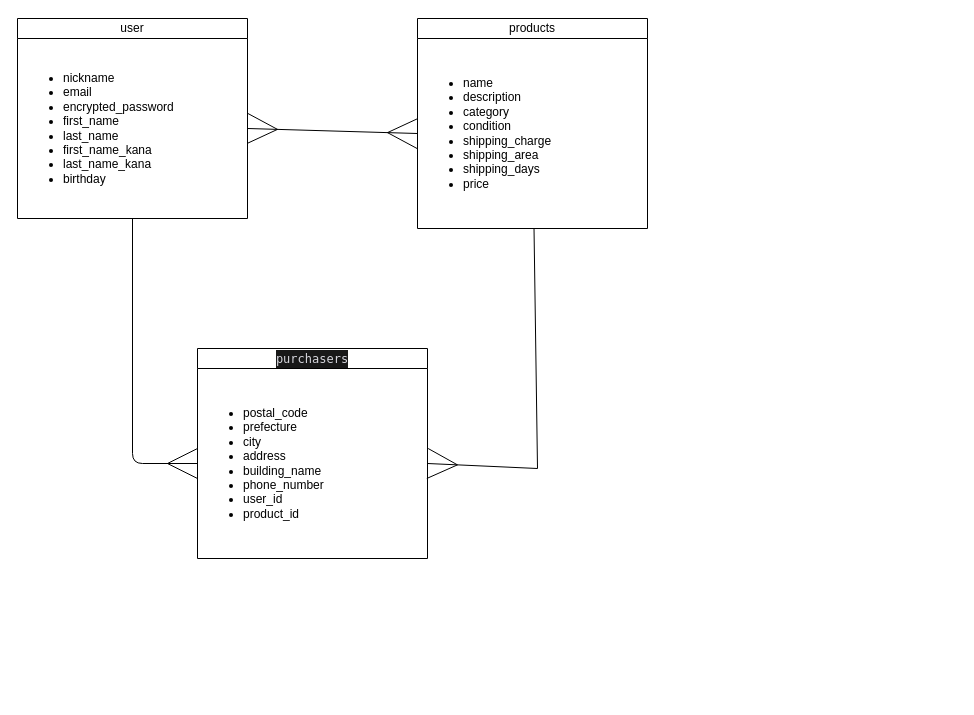
This is furima.dio from ganaha-mikoto/furima-40447, a draw.io file, before an edit. Source tidied: cells renumbered, new cells numbered last; positions are measured from the earlier drawing's top-left corner, leaving out a move shared by most shapes. Both pictures are drawn from the tidied source at 100%, with x=0, y=0 at pixel (17, 18).
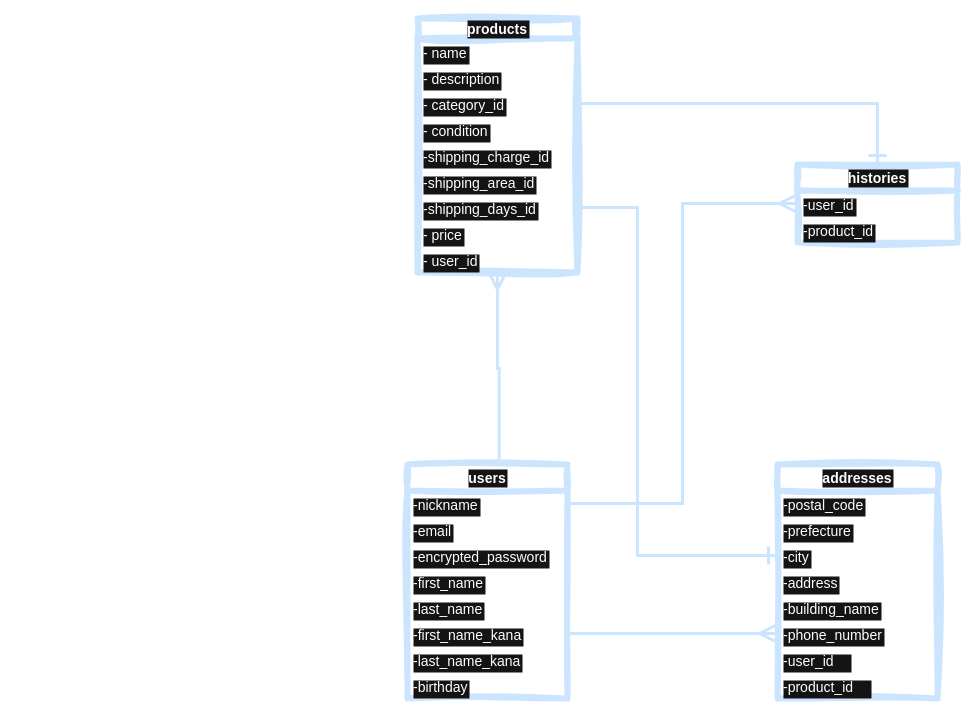
Above is the later version.

What changed in the source:
```diff
@@
-    <mxCell id="2" style="edgeStyle=none;jumpSize=28;html=1;entryX=0;entryY=0.5;entryDx=0;entryDy=0;strokeWidth=1;endArrow=ERmany;endFill=0;endSize=28;" parent="1" edge="1" source="3" target="9">
-      <mxGeometry relative="1" as="geometry">
-        <Array as="points">
-          <mxPoint x="115" y="445" />
-        </Array>
-      </mxGeometry>
-    </mxCell>
-    <mxCell id="3" value="user" style="swimlane;fontStyle=0;horizontal=1;startSize=20;whiteSpace=wrap;html=1;" parent="1" vertex="1">
-      <mxGeometry width="230" height="200" as="geometry" />
-    </mxCell>
-    <mxCell id="4" value="&lt;div&gt;&lt;ul&gt;&lt;li&gt;nickname&lt;/li&gt;&lt;li&gt;email&lt;/li&gt;&lt;li&gt;encrypted_password&lt;/li&gt;&lt;li&gt;first_name&lt;/li&gt;&lt;li&gt;last_name&lt;/li&gt;&lt;li&gt;first_name_kana&lt;/li&gt;&lt;li&gt;last_name_kana&lt;/li&gt;&lt;li&gt;birthday&lt;/li&gt;&lt;/ul&gt;&lt;/div&gt;" style="text;strokeColor=none;fillColor=none;align=left;verticalAlign=middle;spacingLeft=4;spacingRight=4;overflow=hidden;points=[[0,0.5],[1,0.5]];portConstraint=eastwest;whiteSpace=wrap;html=1;" parent="3" vertex="1">
-      <mxGeometry y="20" width="230" height="180" as="geometry" />
-    </mxCell>
-    <mxCell id="5" style="edgeStyle=none;hachureGap=4;html=1;fontFamily=Architects Daughter;fontSize=16;startArrow=none;startFill=0;startSize=28;targetPerimeterSpacing=0;endArrow=ERmany;endFill=0;rounded=0;endSize=28;" parent="1" edge="1" source="6">
-      <mxGeometry relative="1" as="geometry">
-        <mxPoint x="410" y="445" as="targetPoint" />
-        <Array as="points">
-          <mxPoint x="520" y="450" />
-        </Array>
-      </mxGeometry>
-    </mxCell>
+    <mxCell id="11" parent="0" />
+    <mxCell id="12" value="users" style="swimlane;fontStyle=1;horizontal=1;startSize=26;shadow=0;labelBackgroundColor=#141414;labelBorderColor=none;sketch=1;hachureGap=4;jiggle=2;curveFitting=1;strokeColor=#CCE5FF;strokeWidth=6;fontFamily=Helvetica;fontSize=14;fontColor=#FFFFFF;fillColor=#FFFFFF;html=0;" parent="11" vertex="1">
+      <mxGeometry x="390" y="446" width="160" height="234" as="geometry" />
+    </mxCell>
+    <mxCell id="13" value="-nickname" style="text;strokeColor=none;fillColor=none;align=left;verticalAlign=top;spacingLeft=4;spacingRight=4;overflow=hidden;points=[[0,0.5],[1,0.5]];portConstraint=eastwest;shadow=0;labelBackgroundColor=#141414;labelBorderColor=none;sketch=1;hachureGap=4;jiggle=2;curveFitting=1;strokeWidth=6;fontFamily=Helvetica;fontSize=14;fontColor=#FFFFFF;html=0;" parent="12" vertex="1">
+      <mxGeometry y="26" width="160" height="26" as="geometry" />
+    </mxCell>
+    <mxCell id="14" value="-email" style="text;strokeColor=none;fillColor=none;align=left;verticalAlign=top;spacingLeft=4;spacingRight=4;overflow=hidden;shadow=0;labelBackgroundColor=#141414;labelBorderColor=none;sketch=1;hachureGap=4;jiggle=2;curveFitting=1;strokeWidth=6;fontFamily=Helvetica;fontSize=14;fontColor=#FFFFFF;html=0;" parent="12" vertex="1">
+      <mxGeometry y="52" width="160" height="26" as="geometry" />
+    </mxCell>
+    <mxCell id="15" value="-encrypted_password" style="text;strokeColor=none;fillColor=none;align=left;verticalAlign=top;spacingLeft=4;spacingRight=4;overflow=hidden;shadow=0;labelBackgroundColor=#141414;labelBorderColor=none;sketch=1;hachureGap=4;jiggle=2;curveFitting=1;strokeWidth=6;fontFamily=Helvetica;fontSize=14;fontColor=#FFFFFF;html=0;" parent="12" vertex="1">
+      <mxGeometry y="78" width="160" height="26" as="geometry" />
+    </mxCell>
+    <mxCell id="16" value="-first_name" style="text;strokeColor=none;fillColor=none;align=left;verticalAlign=top;spacingLeft=4;spacingRight=4;overflow=hidden;shadow=0;labelBackgroundColor=#141414;labelBorderColor=none;sketch=1;hachureGap=4;jiggle=2;curveFitting=1;strokeWidth=6;fontFamily=Helvetica;fontSize=14;fontColor=#FFFFFF;html=0;" parent="12" vertex="1">
+      <mxGeometry y="104" width="160" height="26" as="geometry" />
+    </mxCell>
+    <mxCell id="17" value="-last_name" style="text;strokeColor=none;fillColor=none;align=left;verticalAlign=top;spacingLeft=4;spacingRight=4;overflow=hidden;shadow=0;labelBackgroundColor=#141414;labelBorderColor=none;sketch=1;hachureGap=4;jiggle=2;curveFitting=1;strokeWidth=6;fontFamily=Helvetica;fontSize=14;fontColor=#FFFFFF;html=0;" parent="12" vertex="1">
+      <mxGeometry y="130" width="160" height="26" as="geometry" />
+    </mxCell>
+    <mxCell id="18" value="-first_name_kana" style="text;strokeColor=none;fillColor=none;align=left;verticalAlign=top;spacingLeft=4;spacingRight=4;overflow=hidden;points=[[0,0.5],[1,0.5]];portConstraint=eastwest;shadow=0;labelBackgroundColor=#141414;labelBorderColor=none;sketch=1;hachureGap=4;jiggle=2;curveFitting=1;strokeWidth=6;fontFamily=Helvetica;fontSize=14;fontColor=#FFFFFF;html=0;" parent="12" vertex="1">
+      <mxGeometry y="156" width="160" height="26" as="geometry" />
+    </mxCell>
+    <mxCell id="19" value="-last_name_kana" style="text;strokeColor=none;fillColor=none;align=left;verticalAlign=top;spacingLeft=4;spacingRight=4;overflow=hidden;shadow=0;labelBackgroundColor=#141414;labelBorderColor=none;sketch=1;hachureGap=4;jiggle=2;curveFitting=1;strokeWidth=6;fontFamily=Helvetica;fontSize=14;fontColor=#FFFFFF;html=0;" parent="12" vertex="1">
+      <mxGeometry y="182" width="160" height="26" as="geometry" />
+    </mxCell>
+    <mxCell id="20" value="-birthday" style="text;strokeColor=none;fillColor=none;align=left;verticalAlign=top;spacingLeft=4;spacingRight=4;overflow=hidden;shadow=0;labelBackgroundColor=#141414;labelBorderColor=none;sketch=1;hachureGap=4;jiggle=2;curveFitting=1;strokeWidth=6;fontFamily=Helvetica;fontSize=14;fontColor=#FFFFFF;html=0;" parent="12" vertex="1">
+      <mxGeometry y="208" width="160" height="26" as="geometry" />
+    </mxCell>
+    <mxCell id="21" value="addresses" style="swimlane;fontStyle=1;horizontal=1;startSize=26;shadow=0;labelBackgroundColor=#141414;labelBorderColor=none;sketch=1;hachureGap=4;jiggle=2;curveFitting=1;strokeColor=#CCE5FF;strokeWidth=6;fontFamily=Helvetica;fontSize=14;fontColor=#FFFFFF;fillColor=#FFFFFF;html=0;" parent="11" vertex="1">
+      <mxGeometry x="760" y="446" width="160" height="234" as="geometry" />
+    </mxCell>
+    <mxCell id="22" value="-postal_code" style="text;strokeColor=none;fillColor=none;align=left;verticalAlign=top;spacingLeft=4;spacingRight=4;overflow=hidden;shadow=0;labelBackgroundColor=#141414;labelBorderColor=none;sketch=1;hachureGap=4;jiggle=2;curveFitting=1;strokeWidth=6;fontFamily=Helvetica;fontSize=14;fontColor=#FFFFFF;html=0;" parent="21" vertex="1">
+      <mxGeometry y="26" width="160" height="26" as="geometry" />
+    </mxCell>
+    <mxCell id="23" value="-prefecture" style="text;strokeColor=none;fillColor=none;align=left;verticalAlign=top;spacingLeft=4;spacingRight=4;overflow=hidden;shadow=0;labelBackgroundColor=#141414;labelBorderColor=none;sketch=1;hachureGap=4;jiggle=2;curveFitting=1;strokeWidth=6;fontFamily=Helvetica;fontSize=14;fontColor=#FFFFFF;html=0;" parent="21" vertex="1">
+      <mxGeometry y="52" width="160" height="26" as="geometry" />
+    </mxCell>
+    <mxCell id="24" value="-city" style="text;strokeColor=none;fillColor=none;align=left;verticalAlign=top;spacingLeft=4;spacingRight=4;overflow=hidden;points=[[0,0.5],[1,0.5]];portConstraint=eastwest;shadow=0;labelBackgroundColor=#141414;labelBorderColor=none;sketch=1;hachureGap=4;jiggle=2;curveFitting=1;strokeWidth=6;fontFamily=Helvetica;fontSize=14;fontColor=#FFFFFF;html=0;" parent="21" vertex="1">
+      <mxGeometry y="78" width="160" height="26" as="geometry" />
+    </mxCell>
+    <mxCell id="25" value="-address" style="text;strokeColor=none;fillColor=none;align=left;verticalAlign=top;spacingLeft=4;spacingRight=4;overflow=hidden;shadow=0;labelBackgroundColor=#141414;labelBorderColor=none;sketch=1;hachureGap=4;jiggle=2;curveFitting=1;strokeWidth=6;fontFamily=Helvetica;fontSize=14;fontColor=#FFFFFF;html=0;" parent="21" vertex="1">
+      <mxGeometry y="104" width="160" height="26" as="geometry" />
+    </mxCell>
+    <mxCell id="26" value="-building_name" style="text;strokeColor=none;fillColor=none;align=left;verticalAlign=top;spacingLeft=4;spacingRight=4;overflow=hidden;shadow=0;labelBackgroundColor=#141414;labelBorderColor=none;sketch=1;hachureGap=4;jiggle=2;curveFitting=1;strokeWidth=6;fontFamily=Helvetica;fontSize=14;fontColor=#FFFFFF;html=0;" parent="21" vertex="1">
+      <mxGeometry y="130" width="160" height="26" as="geometry" />
+    </mxCell>
+    <mxCell id="27" value="-phone_number" style="text;strokeColor=none;fillColor=none;align=left;verticalAlign=top;spacingLeft=4;spacingRight=4;overflow=hidden;points=[[0,0.5],[1,0.5]];portConstraint=eastwest;shadow=0;labelBackgroundColor=#141414;labelBorderColor=none;sketch=1;hachureGap=4;jiggle=2;curveFitting=1;strokeWidth=6;fontFamily=Helvetica;fontSize=14;fontColor=#FFFFFF;html=0;" parent="21" vertex="1">
+      <mxGeometry y="156" width="160" height="26" as="geometry" />
+    </mxCell>
+    <mxCell id="28" value="-user_id    " style="text;strokeColor=none;fillColor=none;align=left;verticalAlign=top;spacingLeft=4;spacingRight=4;overflow=hidden;shadow=0;labelBackgroundColor=#141414;labelBorderColor=none;sketch=1;hachureGap=4;jiggle=2;curveFitting=1;strokeWidth=6;fontFamily=Helvetica;fontSize=14;fontColor=#FFFFFF;html=0;" parent="21" vertex="1">
+      <mxGeometry y="182" width="160" height="26" as="geometry" />
+    </mxCell>
+    <mxCell id="29" value="-product_id    " style="text;strokeColor=none;fillColor=none;align=left;verticalAlign=top;spacingLeft=4;spacingRight=4;overflow=hidden;shadow=0;labelBackgroundColor=#141414;labelBorderColor=none;sketch=1;hachureGap=4;jiggle=2;curveFitting=1;strokeWidth=6;fontFamily=Helvetica;fontSize=14;fontColor=#FFFFFF;html=0;" parent="21" vertex="1">
+      <mxGeometry y="208" width="160" height="26" as="geometry" />
+    </mxCell>
+    <mxCell id="30" style="edgeStyle=orthogonalEdgeStyle;shape=connector;rounded=0;hachureGap=4;html=1;entryX=0.573;entryY=-0.023;entryDx=0;entryDy=0;entryPerimeter=0;shadow=0;labelBackgroundColor=none;labelBorderColor=none;strokeColor=#CCE5FF;strokeWidth=3;fontFamily=Helvetica;fontSize=14;fontColor=#FFFFFF;startArrow=ERmany;startFill=0;endArrow=none;endFill=0;startSize=13;endSize=14;fillColor=#bac8d3;" parent="11" edge="1" source="6" target="12">
+      <mxGeometry relative="1" as="geometry" />
+    </mxCell>
-    <mxCell id="6" value="products" style="swimlane;fontStyle=0;horizontal=1;startSize=20;whiteSpace=wrap;html=1;" parent="1" vertex="1">
-      <mxGeometry x="400" width="230" height="210" as="geometry" />
+    <mxCell id="6" value="products" style="swimlane;fontStyle=1;horizontal=1;startSize=20;shadow=0;labelBackgroundColor=#141414;labelBorderColor=none;sketch=1;hachureGap=4;jiggle=2;curveFitting=1;strokeColor=#CCE5FF;strokeWidth=6;fontFamily=Helvetica;fontSize=14;fontColor=#FFFFFF;fillColor=#FFFFFF;html=0;" parent="11" vertex="1">
+      <mxGeometry x="400" width="160" height="254" as="geometry" />
     </mxCell>
-    <mxCell id="7" value="&lt;ul&gt;&lt;li&gt;name&lt;/li&gt;&lt;li&gt;description&lt;/li&gt;&lt;li&gt;category&lt;/li&gt;&lt;li&gt;condition&lt;/li&gt;&lt;li&gt;shipping_charge&lt;/li&gt;&lt;li&gt;shipping_area&lt;/li&gt;&lt;li&gt;shipping_days&lt;/li&gt;&lt;li&gt;price&lt;/li&gt;&lt;/ul&gt;" style="text;strokeColor=none;fillColor=none;align=left;verticalAlign=middle;spacingLeft=4;spacingRight=4;overflow=hidden;points=[[0,0.5],[1,0.5]];portConstraint=eastwest;whiteSpace=wrap;html=1;" parent="6" vertex="1">
-      <mxGeometry y="20" width="230" height="190" as="geometry" />
-    </mxCell>
-    <mxCell id="8" value="&lt;div style=&quot;color: rgb(214, 214, 221); background-color: rgb(24, 24, 24); font-family: Menlo, Monaco, &amp;quot;Courier New&amp;quot;, monospace; line-height: 18px;&quot;&gt;purchasers&lt;/div&gt;" style="swimlane;fontStyle=0;horizontal=1;startSize=20;whiteSpace=wrap;html=1;" parent="1" vertex="1">
-      <mxGeometry x="180" y="330" width="230" height="210" as="geometry" />
-    </mxCell>
-    <mxCell id="9" value="&lt;ul&gt;&lt;li&gt;postal_code&lt;/li&gt;&lt;li&gt;prefecture&lt;/li&gt;&lt;li&gt;city&lt;/li&gt;&lt;li&gt;address&lt;/li&gt;&lt;li&gt;building_name&lt;/li&gt;&lt;li&gt;phone_number&lt;/li&gt;&lt;li&gt;user_id&lt;/li&gt;&lt;li&gt;product_id&lt;/li&gt;&lt;/ul&gt;" style="text;strokeColor=none;fillColor=none;align=left;verticalAlign=middle;spacingLeft=4;spacingRight=4;overflow=hidden;points=[[0,0.5],[1,0.5]];portConstraint=eastwest;whiteSpace=wrap;html=1;" parent="8" vertex="1">
-      <mxGeometry y="20" width="230" height="190" as="geometry" />
-    </mxCell>
-    <mxCell id="10" style="edgeStyle=none;html=1;exitX=1;exitY=0.5;exitDx=0;exitDy=0;endArrow=ERmany;endFill=0;strokeWidth=1;jumpSize=28;entryX=0;entryY=0.5;entryDx=0;entryDy=0;endSize=28;targetPerimeterSpacing=0;startSize=28;startArrow=ERmany;startFill=0;" parent="1" edge="1" source="4" target="7">
-      <mxGeometry relative="1" as="geometry" />
-    </mxCell>
+    <mxCell id="31" value="- name" style="text;strokeColor=none;fillColor=none;align=left;verticalAlign=top;spacingLeft=4;spacingRight=4;overflow=hidden;shadow=0;labelBackgroundColor=#141414;labelBorderColor=none;sketch=1;hachureGap=4;jiggle=2;curveFitting=1;strokeWidth=6;fontFamily=Helvetica;fontSize=14;fontColor=#FFFFFF;html=0;" parent="6" vertex="1">
+      <mxGeometry y="20" width="160" height="26" as="geometry" />
+    </mxCell>
+    <mxCell id="32" value="- description" style="text;strokeColor=none;fillColor=none;align=left;verticalAlign=top;spacingLeft=4;spacingRight=4;overflow=hidden;shadow=0;labelBackgroundColor=#141414;labelBorderColor=none;sketch=1;hachureGap=4;jiggle=2;curveFitting=1;strokeWidth=6;fontFamily=Helvetica;fontSize=14;fontColor=#FFFFFF;html=0;" parent="6" vertex="1">
+      <mxGeometry y="46" width="160" height="26" as="geometry" />
+    </mxCell>
+    <mxCell id="33" value="- category_id" style="text;strokeColor=none;fillColor=none;align=left;verticalAlign=top;spacingLeft=4;spacingRight=4;overflow=hidden;points=[[0,0.5],[1,0.5]];portConstraint=eastwest;shadow=0;labelBackgroundColor=#141414;labelBorderColor=none;sketch=1;hachureGap=4;jiggle=2;curveFitting=1;strokeWidth=6;fontFamily=Helvetica;fontSize=14;fontColor=#FFFFFF;html=0;" parent="6" vertex="1">
+      <mxGeometry y="72" width="160" height="26" as="geometry" />
+    </mxCell>
+    <mxCell id="34" value="- condition" style="text;strokeColor=none;fillColor=none;align=left;verticalAlign=top;spacingLeft=4;spacingRight=4;overflow=hidden;shadow=0;labelBackgroundColor=#141414;labelBorderColor=none;sketch=1;hachureGap=4;jiggle=2;curveFitting=1;strokeWidth=6;fontFamily=Helvetica;fontSize=14;fontColor=#FFFFFF;html=0;" parent="6" vertex="1">
+      <mxGeometry y="98" width="160" height="26" as="geometry" />
+    </mxCell>
+    <mxCell id="35" value="-shipping_charge_id" style="text;strokeColor=none;fillColor=none;align=left;verticalAlign=top;spacingLeft=4;spacingRight=4;overflow=hidden;shadow=0;labelBackgroundColor=#141414;labelBorderColor=none;sketch=1;hachureGap=4;jiggle=2;curveFitting=1;strokeWidth=6;fontFamily=Helvetica;fontSize=14;fontColor=#FFFFFF;html=0;" parent="6" vertex="1">
+      <mxGeometry y="124" width="160" height="26" as="geometry" />
+    </mxCell>
+    <mxCell id="36" value="-shipping_area_id" style="text;strokeColor=none;fillColor=none;align=left;verticalAlign=top;spacingLeft=4;spacingRight=4;overflow=hidden;shadow=0;labelBackgroundColor=#141414;labelBorderColor=none;sketch=1;hachureGap=4;jiggle=2;curveFitting=1;strokeWidth=6;fontFamily=Helvetica;fontSize=14;fontColor=#FFFFFF;html=0;" parent="6" vertex="1">
+      <mxGeometry y="150" width="160" height="26" as="geometry" />
+    </mxCell>
+    <mxCell id="37" value="-shipping_days_id" style="text;strokeColor=none;fillColor=none;align=left;verticalAlign=top;spacingLeft=4;spacingRight=4;overflow=hidden;points=[[0,0.5],[1,0.5]];portConstraint=eastwest;shadow=0;labelBackgroundColor=#141414;labelBorderColor=none;sketch=1;hachureGap=4;jiggle=2;curveFitting=1;strokeWidth=6;fontFamily=Helvetica;fontSize=14;fontColor=#FFFFFF;html=0;" parent="6" vertex="1">
+      <mxGeometry y="176" width="160" height="26" as="geometry" />
+    </mxCell>
+    <mxCell id="38" value="- price" style="text;strokeColor=none;fillColor=none;align=left;verticalAlign=top;spacingLeft=4;spacingRight=4;overflow=hidden;shadow=0;labelBackgroundColor=#141414;labelBorderColor=none;sketch=1;hachureGap=4;jiggle=2;curveFitting=1;strokeWidth=6;fontFamily=Helvetica;fontSize=14;fontColor=#FFFFFF;html=0;" parent="6" vertex="1">
+      <mxGeometry y="202" width="160" height="26" as="geometry" />
+    </mxCell>
+    <mxCell id="39" value="- user_id" style="text;strokeColor=none;fillColor=none;align=left;verticalAlign=top;spacingLeft=4;spacingRight=4;overflow=hidden;shadow=0;labelBackgroundColor=#141414;labelBorderColor=none;sketch=1;hachureGap=4;jiggle=2;curveFitting=1;strokeWidth=6;fontFamily=Helvetica;fontSize=14;fontColor=#FFFFFF;html=0;" parent="6" vertex="1">
+      <mxGeometry y="228" width="160" height="26" as="geometry" />
+    </mxCell>
+    <mxCell id="40" value="histories" style="swimlane;fontStyle=1;horizontal=1;startSize=26;shadow=0;labelBackgroundColor=#141414;labelBorderColor=none;sketch=1;hachureGap=4;jiggle=2;curveFitting=1;strokeColor=#CCE5FF;strokeWidth=6;fontFamily=Helvetica;fontSize=14;fontColor=#FFFFFF;fillColor=#FFFFFF;html=0;" parent="11" vertex="1">
+      <mxGeometry x="780" y="146" width="160" height="78" as="geometry" />
+    </mxCell>
+    <mxCell id="41" value="-user_id" style="text;strokeColor=none;fillColor=none;align=left;verticalAlign=top;spacingLeft=4;spacingRight=4;overflow=hidden;points=[[0,0.5],[1,0.5]];portConstraint=eastwest;shadow=0;labelBackgroundColor=#141414;labelBorderColor=none;sketch=1;hachureGap=4;jiggle=2;curveFitting=1;strokeWidth=6;fontFamily=Helvetica;fontSize=14;fontColor=#FFFFFF;html=0;" parent="40" vertex="1">
+      <mxGeometry y="26" width="160" height="26" as="geometry" />
+    </mxCell>
+    <mxCell id="42" value="-product_id" style="text;strokeColor=none;fillColor=none;align=left;verticalAlign=top;spacingLeft=4;spacingRight=4;overflow=hidden;shadow=0;labelBackgroundColor=#141414;labelBorderColor=none;sketch=1;hachureGap=4;jiggle=2;curveFitting=1;strokeWidth=6;fontFamily=Helvetica;fontSize=14;fontColor=#FFFFFF;html=0;" parent="40" vertex="1">
+      <mxGeometry y="52" width="160" height="26" as="geometry" />
+    </mxCell>
+    <mxCell id="43" style="edgeStyle=orthogonalEdgeStyle;shape=connector;rounded=0;hachureGap=4;html=1;exitX=1;exitY=0.5;exitDx=0;exitDy=0;entryX=0;entryY=0.5;entryDx=0;entryDy=0;shadow=0;labelBackgroundColor=none;labelBorderColor=none;strokeColor=#CCE5FF;strokeWidth=3;fontFamily=Helvetica;fontSize=14;fontColor=#FFFFFF;startArrow=none;startFill=0;endArrow=ERmany;endFill=0;startSize=13;endSize=14;fillColor=#bac8d3;" parent="11" edge="1" source="13" target="41">
+      <mxGeometry relative="1" as="geometry" />
+    </mxCell>
+    <mxCell id="44" style="edgeStyle=orthogonalEdgeStyle;shape=connector;rounded=0;hachureGap=4;html=1;exitX=1;exitY=0.5;exitDx=0;exitDy=0;entryX=0;entryY=0.5;entryDx=0;entryDy=0;shadow=0;labelBackgroundColor=none;labelBorderColor=none;strokeColor=#CCE5FF;strokeWidth=3;fontFamily=Helvetica;fontSize=14;fontColor=#FFFFFF;startArrow=baseDash;startFill=0;endArrow=ERmany;endFill=0;startSize=13;endSize=14;fillColor=#bac8d3;" parent="11" edge="1" source="18" target="27">
+      <mxGeometry relative="1" as="geometry" />
+    </mxCell>
+    <mxCell id="45" style="edgeStyle=orthogonalEdgeStyle;shape=connector;rounded=0;hachureGap=4;html=1;exitX=1;exitY=0.5;exitDx=0;exitDy=0;entryX=0;entryY=0.5;entryDx=0;entryDy=0;shadow=0;labelBackgroundColor=none;labelBorderColor=none;strokeColor=#CCE5FF;strokeWidth=3;fontFamily=Helvetica;fontSize=14;fontColor=#FFFFFF;startArrow=none;startFill=0;endArrow=ERone;endFill=0;startSize=13;endSize=14;fillColor=#bac8d3;" parent="11" edge="1" source="37" target="24">
+      <mxGeometry relative="1" as="geometry">
+        <Array as="points">
+          <mxPoint x="620" y="189" />
+          <mxPoint x="620" y="537" />
+        </Array>
+      </mxGeometry>
+    </mxCell>
+    <mxCell id="46" style="edgeStyle=orthogonalEdgeStyle;shape=connector;rounded=0;hachureGap=4;html=1;exitX=1;exitY=0.5;exitDx=0;exitDy=0;entryX=0.5;entryY=0;entryDx=0;entryDy=0;shadow=0;labelBackgroundColor=none;labelBorderColor=none;strokeColor=#CCE5FF;strokeWidth=3;fontFamily=Helvetica;fontSize=14;fontColor=#FFFFFF;startArrow=baseDash;startFill=0;endArrow=ERone;endFill=0;startSize=13;endSize=14;fillColor=#bac8d3;" parent="11" edge="1" source="33" target="40">
+      <mxGeometry relative="1" as="geometry" />
+    </mxCell>
```
